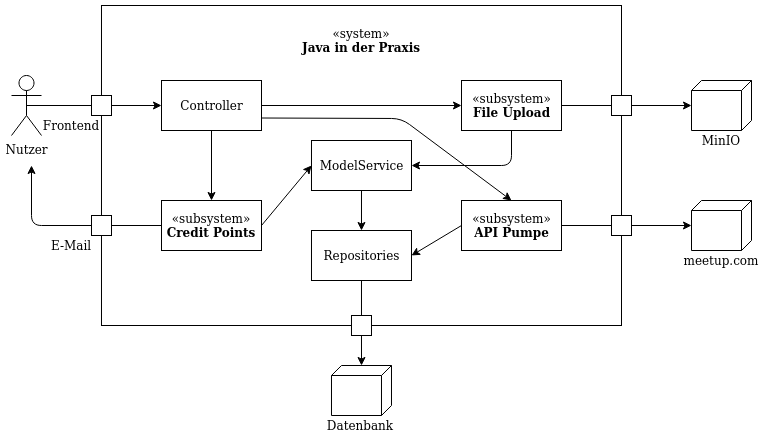
This is documentation/images/05_gesamtsystem.png from hhu-propra2-2019/abschlussprojekt-grossbrandtmeister, a draw.io export, as it was before one commit. Source tidied: cells renumbered, new cells last; positions are measured from the earlier drawing's top-left corner, leaving out a move shared by most shapes.
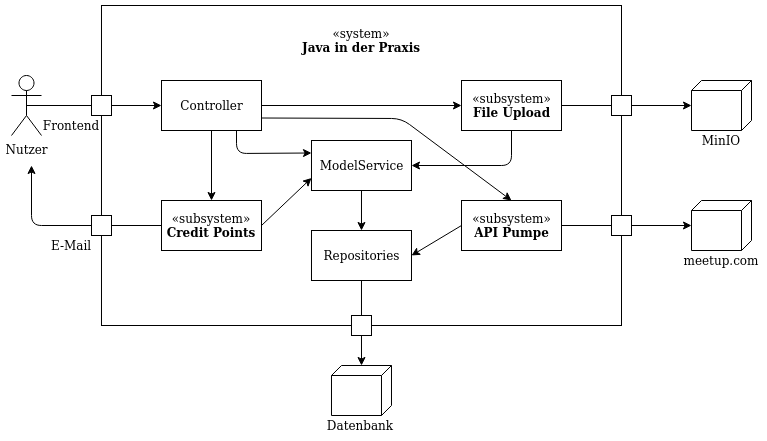
After the change.

Change to the diagram source:
```diff
@@ -149,8 +149,15 @@
         </Array>
       </mxGeometry>
     </mxCell>
-    <mxCell id="46" style="endArrow=classic;html=1;exitX=1;exitY=0.5;exitDx=0;exitDy=0;entryX=0;entryY=0.5;entryDx=0;entryDy=0;" parent="1" edge="1" source="20" target="7">
+    <mxCell id="46" style="endArrow=classic;html=1;exitX=1;exitY=0.5;exitDx=0;exitDy=0;entryX=0;entryY=0.75;entryDx=0;entryDy=0;" parent="1" edge="1" source="20" target="7">
       <mxGeometry relative="1" as="geometry" />
     </mxCell>
+    <mxCell id="47" style="endArrow=classic;html=1;exitX=0.75;exitY=1;exitDx=0;exitDy=0;entryX=0;entryY=0.25;entryDx=0;entryDy=0;" parent="1" edge="1" source="13" target="7">
+      <mxGeometry relative="1" as="geometry">
+        <Array as="points">
+          <mxPoint x="225" y="148" />
+        </Array>
+      </mxGeometry>
+    </mxCell>
   </root>
 </mxGraphModel>
```
